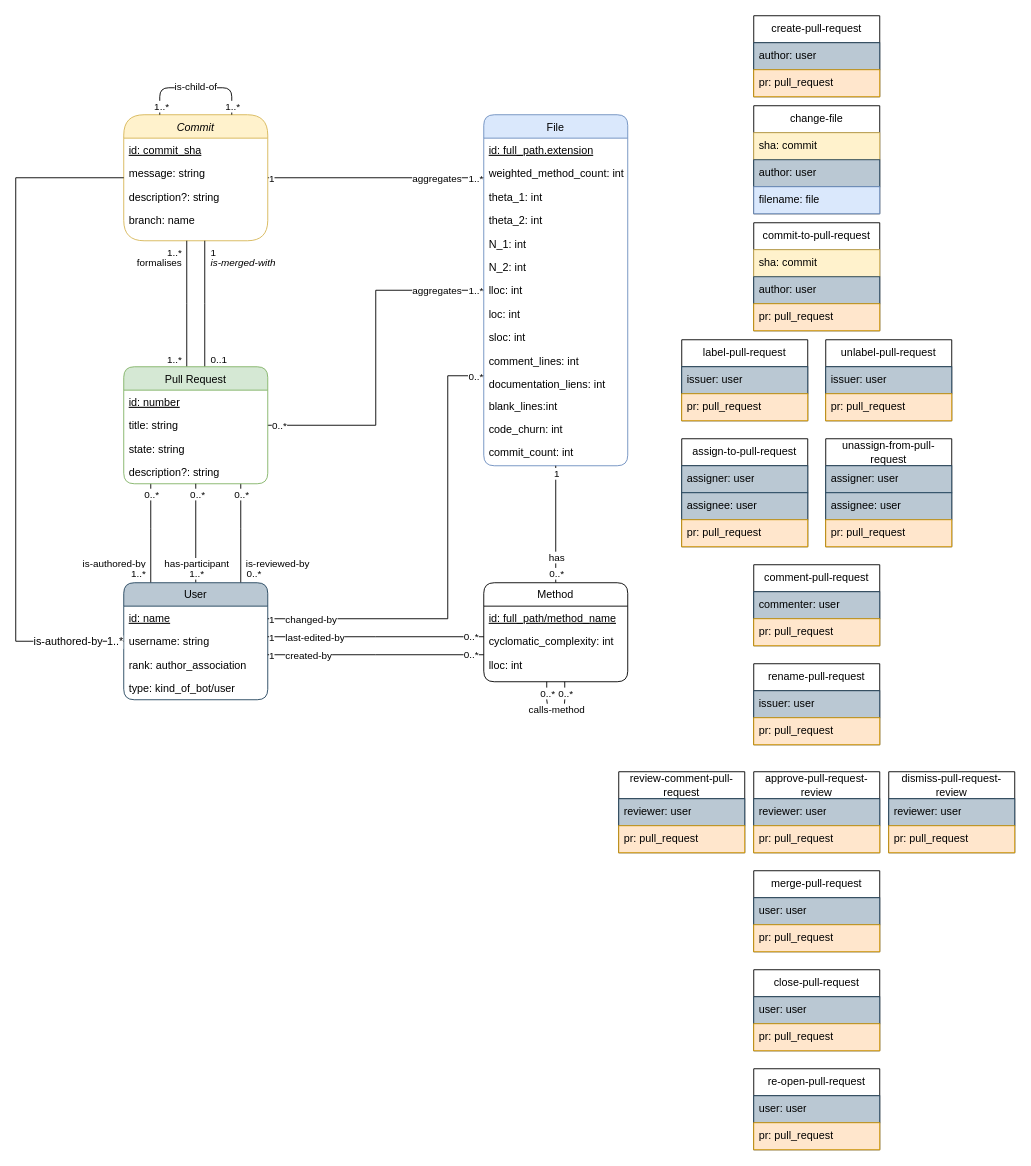
Earlier version of the draw.io diagram page "Objects-Events" (1 of 2) of Exports/OCEL-Object-Diagram.drawio (AlexS-1/Bachelor-Code). Source tidied: cells renumbered, new cells numbered last; positions are measured from the earlier drawing's top-left corner, leaving out a move shared by most shapes. Both pictures are drawn from the tidied source at 90%, with x=0, y=0 at pixel (15, 15).
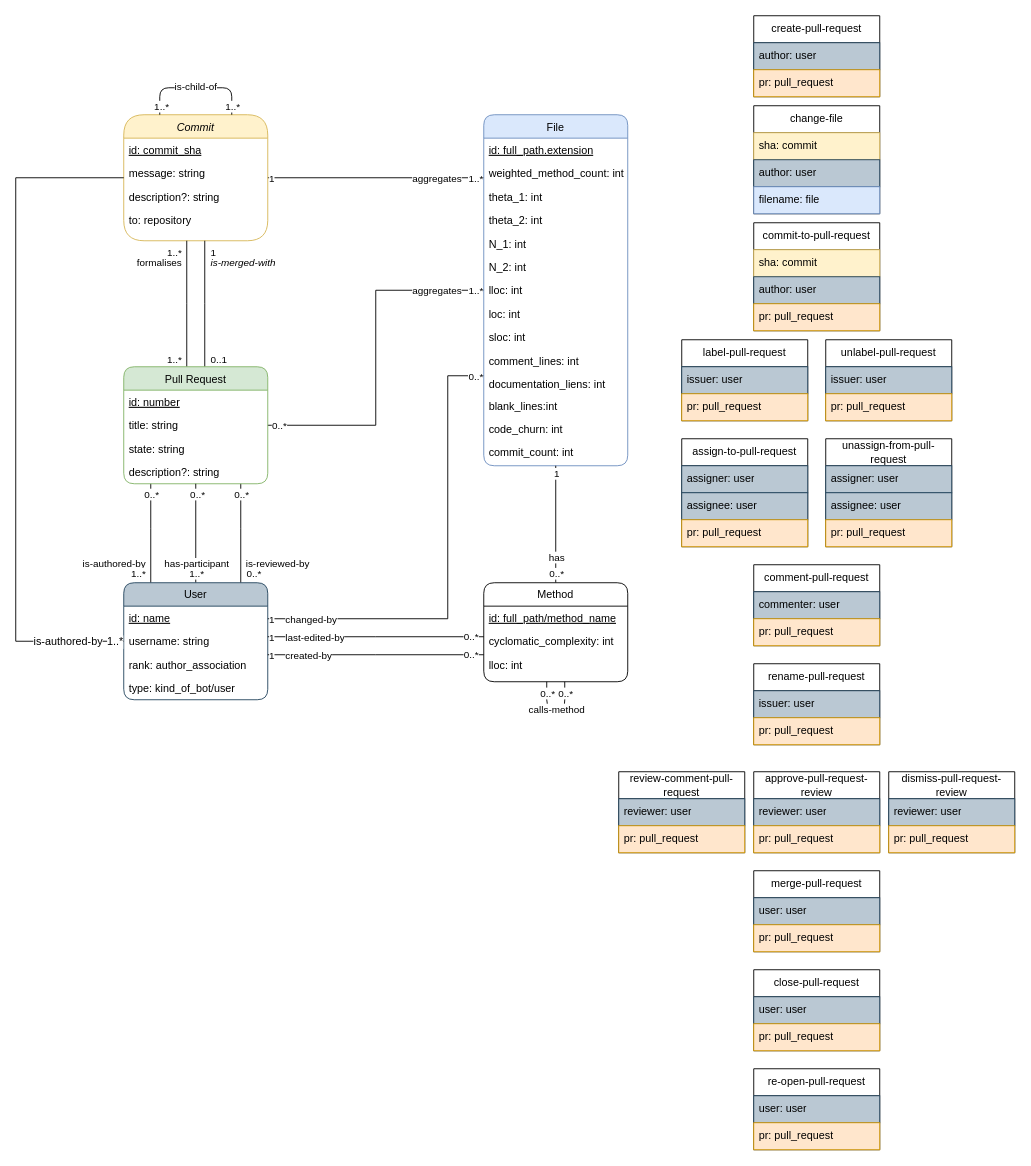
The same diagram, later.

Commit message:
Feature: Add process model diagram as first draft

Unchanged cells that the change refers to:
```xml
<mxCell id="6" value="Commit" style="swimlane;fontStyle=2;align=center;verticalAlign=top;horizontal=1;startSize=26;rounded=1;shadow=0;strokeWidth=1;arcSize=29;fillColor=#fff2cc;strokeColor=#d6b656;" parent="1" vertex="1">
  <mxGeometry x="120" y="110" width="160" height="140" as="geometry" />
</mxCell>
```

The edit, as a diff of the source:
```diff
@@
-    <mxCell id="10" value="branch: name" style="text;align=left;verticalAlign=top;spacingLeft=4;spacingRight=4;overflow=hidden;rounded=1;" parent="6" vertex="1">
+    <mxCell id="10" value="to: repository" style="text;align=left;verticalAlign=top;spacingLeft=4;spacingRight=4;overflow=hidden;rounded=1;" parent="6" vertex="1">
       <mxGeometry y="104" width="160" height="26" as="geometry" />
     </mxCell>
```
